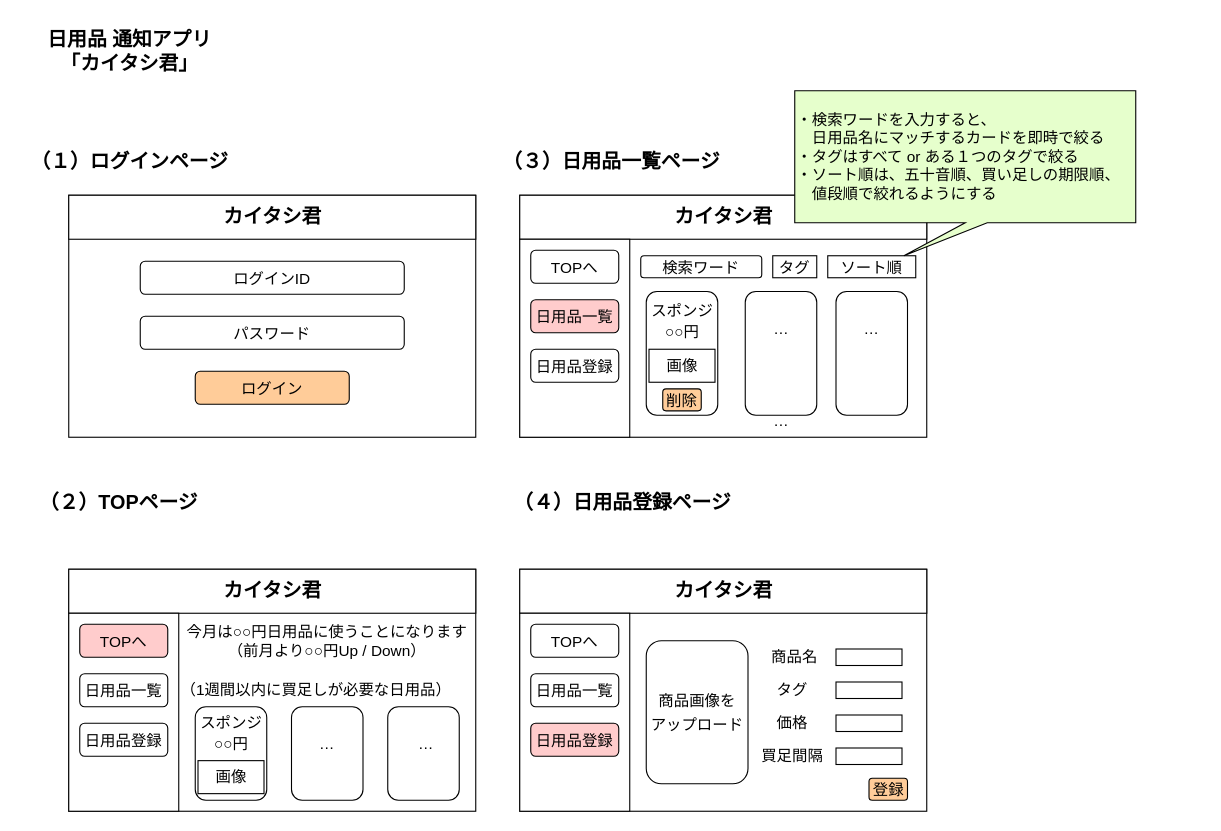
The draw.io diagram 00_基本設計/01_画面遷移図.drawio in EijiToriki/DairyProductAlermApp, before the edit. Source tidied: cells renumbered, new cells numbered last; positions are measured from the earlier drawing's top-left corner, leaving out a move shared by most shapes. Both pictures are drawn from the tidied source at 110%, with x=0, y=0 at pixel (19, 19).
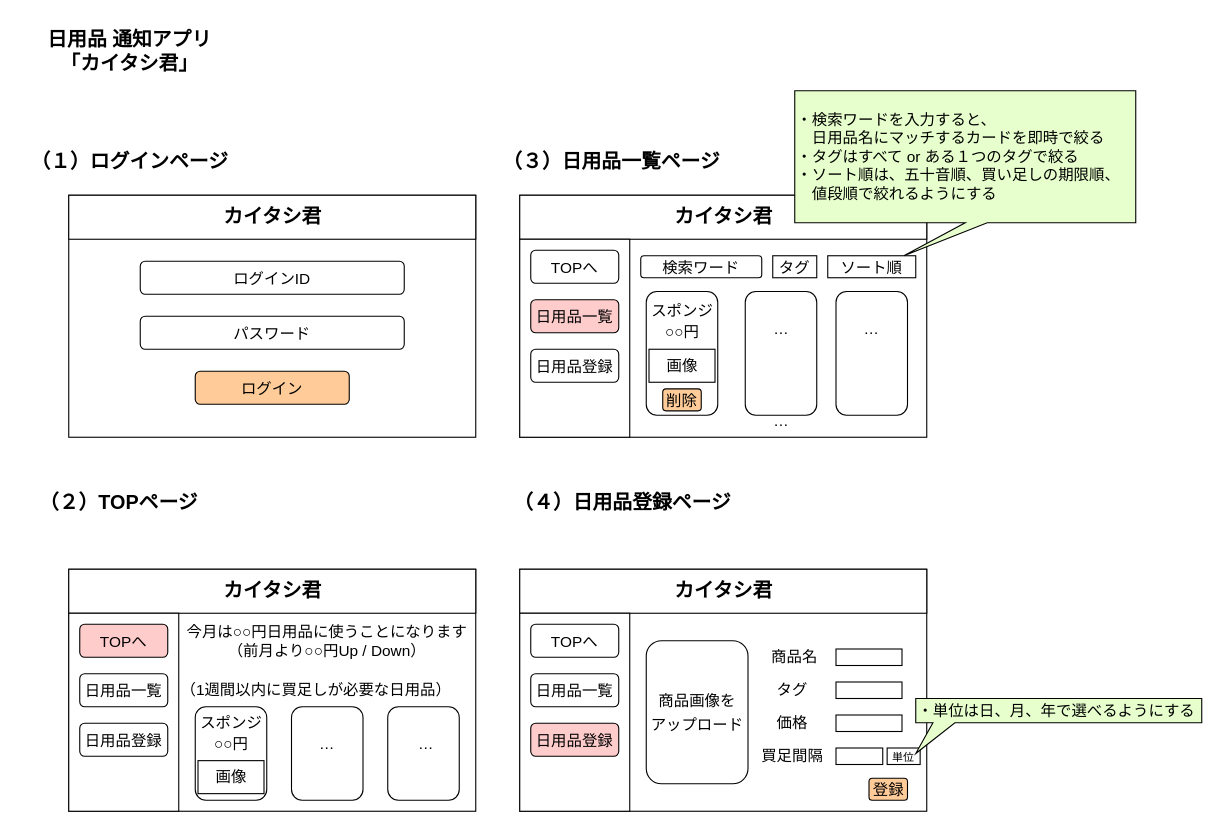
Above is the later version.

The edit, as a diff of the source:
```diff
@@
     <mxCell id="66" style="rounded=0;whiteSpace=wrap;html=1;strokeColor=#000000;fontSize=14;fillColor=#FFFFFF;" parent="1" vertex="1">
-      <mxGeometry x="742.5" y="662.5" width="60" height="15" as="geometry" />
+      <mxGeometry x="742.5" y="662.5" width="42.5" height="15" as="geometry" />
     </mxCell>
@@
+    <mxCell id="68" value="&lt;font style=&quot;font-size: 10px;&quot;&gt;単位&lt;/font&gt;" style="rounded=0;whiteSpace=wrap;html=1;strokeColor=#000000;fontSize=14;fillColor=#FFFFFF;" parent="1" vertex="1">
+      <mxGeometry x="789" y="662.5" width="30" height="15" as="geometry" />
+    </mxCell>
+    <mxCell id="69" value="・単位は日、月、年で選べるようにする" style="shape=callout;whiteSpace=wrap;html=1;perimeter=calloutPerimeter;strokeColor=#000000;fontSize=14;fillColor=#E6FFCC;position2=0;align=left;size=28;position=0.06;" parent="1" vertex="1">
+      <mxGeometry x="815" y="617.5" width="260" height="50" as="geometry" />
+    </mxCell>
```
